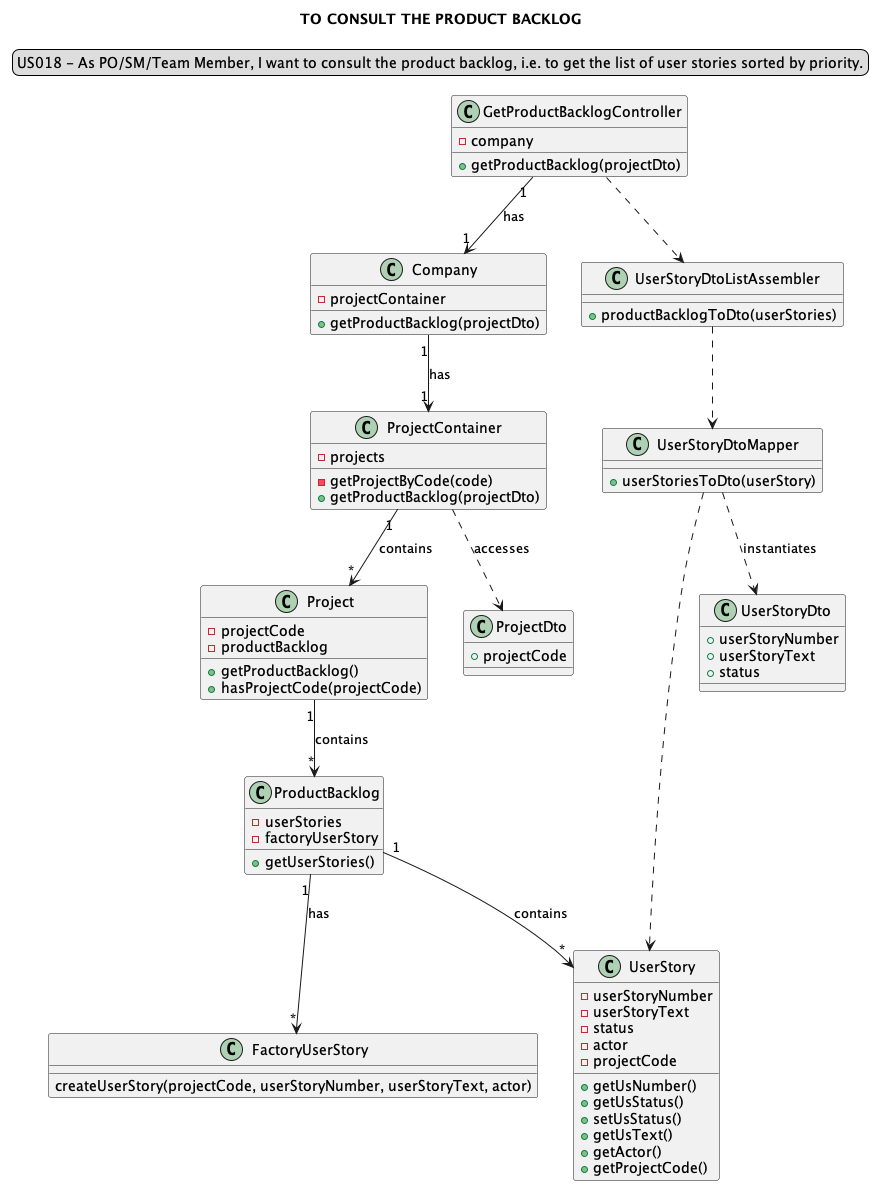
Loracline/project_switch_22-23 keeps this PlantUML diagram as docs/modelling_design/user_stories/sprint03/us018/US018_ClassDiagram-TO_CONSULT_THE_PRODUCT_BACKLOG.png. Above is the earlier version. Source of this version:
```plantuml
@startuml

title TO CONSULT THE PRODUCT BACKLOG
skinparam sequenceMessageAlign center
legend top
US018 - As PO/SM/Team Member, I want to consult the product backlog, i.e. to get the list of user stories sorted by priority.
end legend

class "GetProductBacklogController" {
-company
+getProductBacklog(projectDto)
}

class "Company"{
-projectContainer
+getProductBacklog(projectDto)
}

class "ProjectContainer"{
-projects
-getProjectByCode(code)
+getProductBacklog(projectDto)
}

class "Project"{
-projectCode
-productBacklog
+getProductBacklog()
+hasProjectCode(projectCode)
}

class "ProductBacklog"{
-userStories
-factoryUserStory
+getUserStories()
}

class "UserStory"{
-userStoryNumber
-userStoryText
-status
-actor
-projectCode
+getUsNumber()
+getUsStatus()
+setUsStatus()
+getUsText()
+getActor()
+getProjectCode()
}

class "FactoryUserStory"{
createUserStory(projectCode, userStoryNumber, userStoryText, actor)
}

class "UserStoryDtoListAssembler"{
+productBacklogToDto(userStories)
}

class "UserStoryDtoMapper"{
+userStoriesToDto(userStory)
}

class "UserStoryDto"{
+userStoryNumber
+userStoryText
+status
}

class "ProjectDto"{
+projectCode
}

"GetProductBacklogController" "1"-->"1" "Company": has
"GetProductBacklogController" ..> "UserStoryDtoListAssembler"
"UserStoryDtoListAssembler" ..> "UserStoryDtoMapper"
"UserStoryDtoMapper" ..> "UserStory"
"Company" "1"-->"1" "ProjectContainer": has
"ProjectContainer" "1"-->"*" Project: contains
"ProjectContainer" ..> ProjectDto: accesses
"Project" "1"-->"*" ProductBacklog: contains
"ProductBacklog" "1"-->"*" UserStory: contains
"ProductBacklog" "1"-->"*" FactoryUserStory: has
"UserStoryDtoMapper" ..> "UserStoryDto": instantiates

@enduml
```
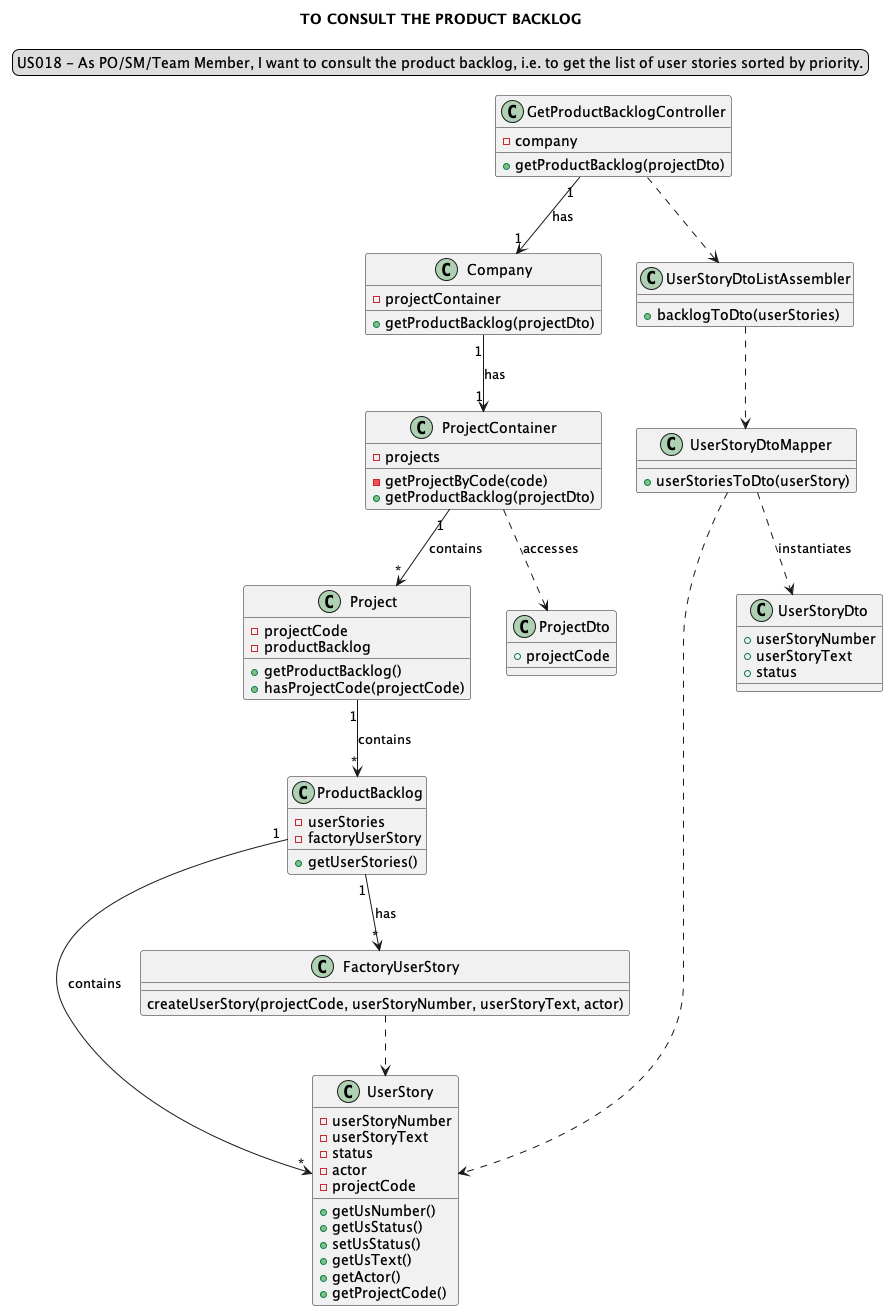
Later version of the same file.

Commit message:
US018: Design: Updated the CD of US018, puml and png file . addresses #5

The edit, as a diff of the source:
```diff
@@ -54,7 +54,7 @@
 }
 
 class "UserStoryDtoListAssembler"{
-+productBacklogToDto(userStories)
++backlogToDto(userStories)
 }
 
 class "UserStoryDtoMapper"{
@@ -82,5 +82,5 @@
 "ProductBacklog" "1"-->"*" UserStory: contains
 "ProductBacklog" "1"-->"*" FactoryUserStory: has
 "UserStoryDtoMapper" ..> "UserStoryDto": instantiates
-
+"FactoryUserStory" ..> UserStory
 @enduml
```
